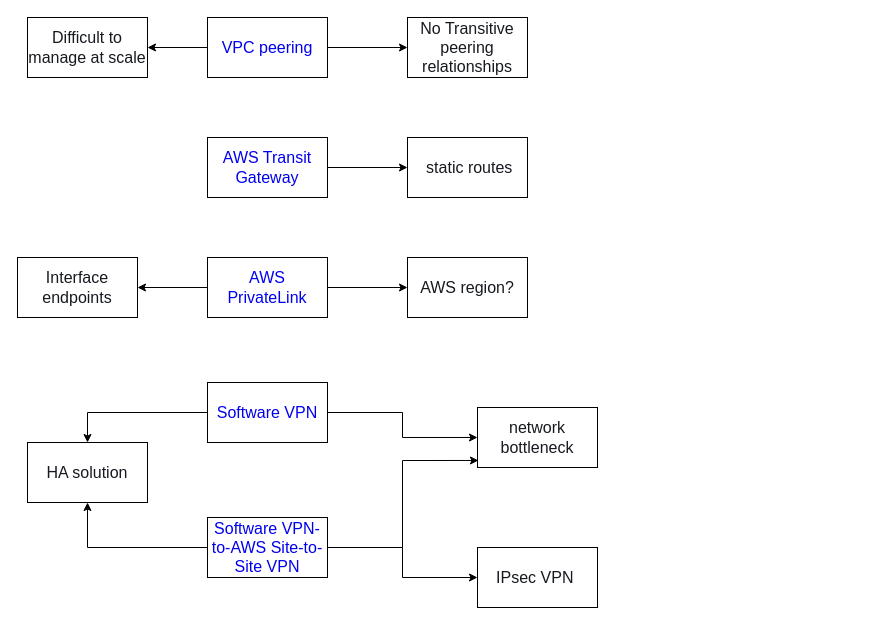
Earlier version of the draw.io diagram page "vpc" (2 of 2) of drawio/aws/s3.drawio (cmkam/architecture). Source tidied: cells renumbered, new cells numbered last; positions are measured from the earlier drawing's top-left corner, leaving out a move shared by most shapes. Both pictures are drawn from the tidied source at 100%, with x=0, y=0 at pixel (17, 17).
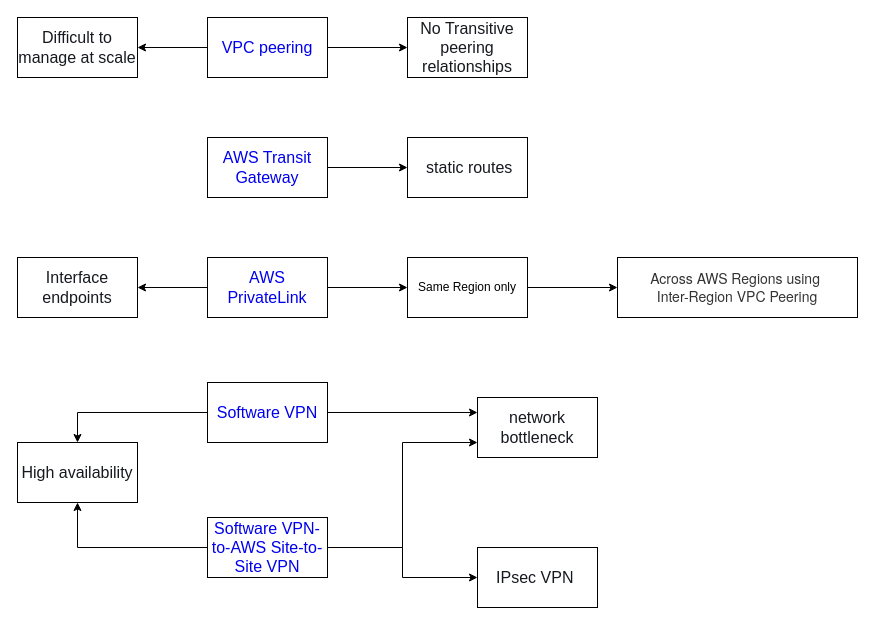
The same diagram, later.

The change refers to these unchanged cells:
```xml
<mxCell id="9" value="&lt;a style=&quot;background-color: rgb(255, 255, 255); text-decoration-line: none; font-family: &amp;quot;Amazon Ember&amp;quot;, Helvetica, Arial, sans-serif; font-size: 16px; text-align: start;&quot; href=&quot;https://docs.aws.amazon.com/whitepapers/latest/aws-vpc-connectivity-options/aws-privatelink.html&quot;&gt;AWS PrivateLink&lt;/a&gt;" style="rounded=0;whiteSpace=wrap;html=1;" parent="1" vertex="1">
  <mxGeometry x="190" y="240" width="120" height="60" as="geometry" />
</mxCell>
<mxCell id="12" value="&lt;a style=&quot;background-color: rgb(255, 255, 255); text-decoration-line: none; font-family: &amp;quot;Amazon Ember&amp;quot;, Helvetica, Arial, sans-serif; font-size: 16px; text-align: start;&quot; href=&quot;https://docs.aws.amazon.com/whitepapers/latest/aws-vpc-connectivity-options/software-vpn-1.html&quot;&gt;Software VPN&lt;/a&gt;" style="rounded=0;whiteSpace=wrap;html=1;" parent="1" vertex="1">
  <mxGeometry x="190" y="365" width="120" height="60" as="geometry" />
</mxCell>
<mxCell id="15" value="&lt;a style=&quot;background-color: rgb(255, 255, 255); text-decoration-line: none; font-family: &amp;quot;Amazon Ember&amp;quot;, Helvetica, Arial, sans-serif; font-size: 16px; text-align: start;&quot; href=&quot;https://docs.aws.amazon.com/whitepapers/latest/aws-vpc-connectivity-options/software-vpn-to-aws-site-to-site-vpn.html&quot;&gt;Software VPN-to-AWS Site-to-Site VPN&lt;/a&gt;" style="rounded=0;whiteSpace=wrap;html=1;" parent="1" vertex="1">
  <mxGeometry x="190" y="500" width="120" height="60" as="geometry" />
</mxCell>
```

What changed in the source:
```diff
@@
-    <mxCell id="7" style="edgeStyle=orthogonalEdgeStyle;rounded=0;jettySize=auto;html=1;" parent="1" edge="1" source="9" target="20">
+    <mxCell id="7" style="edgeStyle=orthogonalEdgeStyle;rounded=0;jettySize=auto;html=1;exitX=1;exitY=0.5;exitDx=0;exitDy=0;" parent="1" edge="1" source="26" target="20">
       <mxGeometry relative="1" as="geometry" />
     </mxCell>
@@
+    <mxCell id="25" style="edgeStyle=orthogonalEdgeStyle;rounded=0;jettySize=auto;html=1;" parent="1" edge="1" source="9" target="26">
+      <mxGeometry relative="1" as="geometry" />
+    </mxCell>
@@
-    <mxCell id="10" style="edgeStyle=orthogonalEdgeStyle;rounded=0;jettySize=auto;html=1;" parent="1" edge="1" source="12" target="17">
+    <mxCell id="10" style="edgeStyle=orthogonalEdgeStyle;rounded=0;jettySize=auto;html=1;entryX=0;entryY=0.25;entryDx=0;entryDy=0;" parent="1" edge="1" source="12" target="17">
       <mxGeometry relative="1" as="geometry" />
     </mxCell>
@@
     <mxCell id="17" value="&lt;span style=&quot;color: rgb(22, 25, 31); font-family: &amp;quot;Amazon Ember&amp;quot;, Helvetica, Arial, sans-serif; font-size: 16px; text-align: start; background-color: rgb(255, 255, 255);&quot;&gt;network bottleneck&lt;/span&gt;" style="rounded=0;whiteSpace=wrap;html=1;" parent="1" vertex="1">
-      <mxGeometry x="460" y="390" width="120" height="60" as="geometry" />
+      <mxGeometry x="460" y="380" width="120" height="60" as="geometry" />
     </mxCell>
-    <mxCell id="18" style="edgeStyle=orthogonalEdgeStyle;rounded=0;jettySize=auto;html=1;entryX=0.008;entryY=0.883;entryDx=0;entryDy=0;entryPerimeter=0;" parent="1" edge="1" source="15" target="17">
+    <mxCell id="18" style="edgeStyle=orthogonalEdgeStyle;rounded=0;jettySize=auto;html=1;entryX=0;entryY=0.75;entryDx=0;entryDy=0;" parent="1" edge="1" source="15" target="17">
       <mxGeometry relative="1" as="geometry" />
     </mxCell>
-    <mxCell id="19" value="&lt;span style=&quot;color: rgb(22, 25, 31); font-family: &amp;quot;Amazon Ember&amp;quot;, Helvetica, Arial, sans-serif; font-size: 16px; text-align: start; background-color: rgb(255, 255, 255);&quot;&gt;HA solution&lt;/span&gt;" style="rounded=0;whiteSpace=wrap;html=1;" parent="1" vertex="1">
-      <mxGeometry x="10" y="425" width="120" height="60" as="geometry" />
+    <mxCell id="19" value="&lt;div style=&quot;text-align: start;&quot;&gt;&lt;span style=&quot;background-color: initial; font-size: 16px;&quot;&gt;&lt;font face=&quot;Amazon Ember, Helvetica, Arial, sans-serif&quot; color=&quot;#16191f&quot;&gt;High availability&lt;/font&gt;&lt;/span&gt;&lt;/div&gt;" style="rounded=0;whiteSpace=wrap;html=1;" parent="1" vertex="1">
+      <mxGeometry y="425" width="120" height="60" as="geometry" />
     </mxCell>
-    <mxCell id="20" value="&lt;span style=&quot;color: rgb(22, 25, 31); font-family: &amp;quot;Amazon Ember&amp;quot;, Helvetica, Arial, sans-serif; font-size: 16px; text-align: start; background-color: rgb(255, 255, 255);&quot;&gt;AWS region?&lt;/span&gt;" style="rounded=0;whiteSpace=wrap;html=1;" parent="1" vertex="1">
-      <mxGeometry x="390" y="240" width="120" height="60" as="geometry" />
+    <mxCell id="20" value="&lt;span style=&quot;color: rgb(51, 51, 51); font-family: AmazonEmber, &amp;quot;Helvetica Neue&amp;quot;, Helvetica, Arial, sans-serif; font-size: 14px; text-align: start;&quot;&gt;Across AWS Regions using&amp;nbsp;&lt;/span&gt;&lt;div&gt;&lt;span style=&quot;color: rgb(51, 51, 51); font-family: AmazonEmber, &amp;quot;Helvetica Neue&amp;quot;, Helvetica, Arial, sans-serif; font-size: 14px; text-align: start;&quot;&gt;Inter-Region VPC Peering&lt;/span&gt;&lt;/div&gt;" style="rounded=0;whiteSpace=wrap;html=1;" parent="1" vertex="1">
+      <mxGeometry x="600" y="240" width="240" height="60" as="geometry" />
     </mxCell>
@@
     <mxCell id="23" value="&lt;span style=&quot;color: rgb(22, 25, 31); font-family: &amp;quot;Amazon Ember&amp;quot;, Helvetica, Arial, sans-serif; font-size: 16px; text-align: start; background-color: rgb(255, 255, 255);&quot;&gt;Difficult to manage at scale&lt;/span&gt;" style="rounded=0;whiteSpace=wrap;html=1;" parent="1" vertex="1">
-      <mxGeometry x="10" width="120" height="60" as="geometry" />
+      <mxGeometry width="120" height="60" as="geometry" />
     </mxCell>
@@
+    <mxCell id="26" value="Same Region only" style="rounded=0;whiteSpace=wrap;html=1;" parent="1" vertex="1">
+      <mxGeometry x="390" y="240" width="120" height="60" as="geometry" />
+    </mxCell>
```
